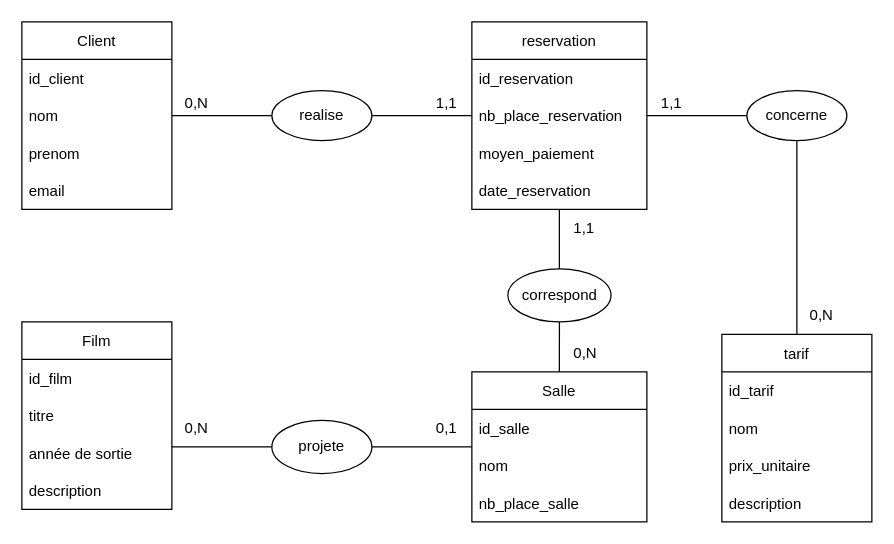
Above: BaseDeDonnee/MCD/MCD KUT-Cinema.drawio in Arviik/KUT-Cinema (draw.io), before the change. Source tidied: cells renumbered, new cells numbered last; positions are measured from the earlier drawing's top-left corner, leaving out a move shared by most shapes. Both pictures are drawn from the tidied source at 125%, with x=0, y=0 at pixel (21, 21).
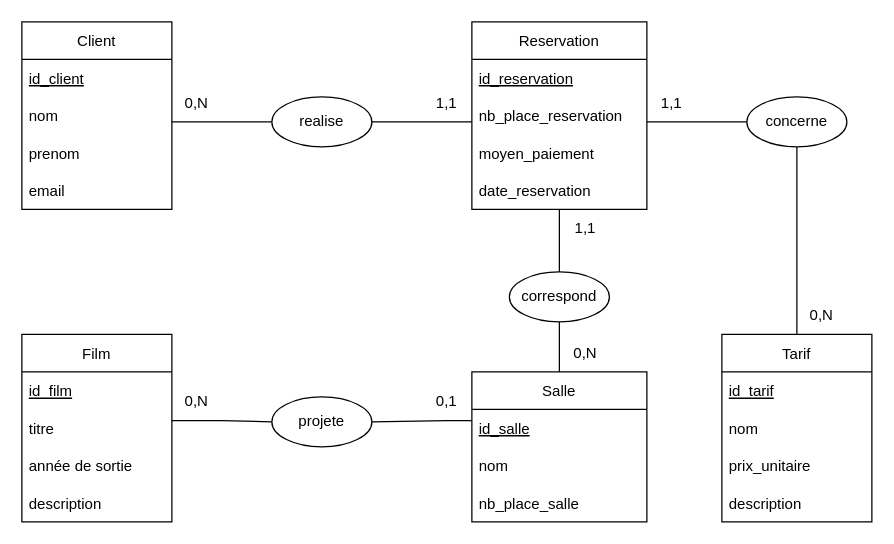
After the change.

Commit message (it also covers changes not shown here):
Modif du MCD

Unchanged cells that the change refers to:
```xml
<mxCell id="3" value="Client" style="swimlane;fontStyle=0;horizontal=1;startSize=30;" parent="1" vertex="1">
  <mxGeometry width="120" height="150" as="geometry" />
</mxCell>
<mxCell id="17" value="Salle" style="swimlane;fontStyle=0;horizontal=1;startSize=30;" parent="1" vertex="1">
  <mxGeometry x="360" y="280" width="140" height="120" as="geometry" />
</mxCell>
<mxCell id="31" value="nb_place_reservation" style="text;strokeColor=none;fillColor=none;align=left;verticalAlign=middle;spacingLeft=4;spacingRight=4;overflow=hidden;points=[[0,0.5],[1,0.5]];portConstraint=eastwest;" parent="29" vertex="1">
  <mxGeometry y="60" width="140" height="30" as="geometry" />
</mxCell>
```

The edit, as a diff of the source:
```diff
@@
     <mxCell id="2" style="edgeStyle=orthogonalEdgeStyle;rounded=0;jettySize=auto;html=1;entryX=0;entryY=0.5;entryDx=0;entryDy=0;endArrow=none;endFill=0;" parent="1" edge="1" source="3" target="8">
-      <mxGeometry relative="1" as="geometry" />
+      <mxGeometry relative="1" as="geometry">
+        <Array as="points">
+          <mxPoint x="140" y="80" />
+          <mxPoint x="140" y="80" />
+        </Array>
+      </mxGeometry>
     </mxCell>
@@
-    <mxCell id="4" value="id_client" style="text;strokeColor=none;fillColor=none;align=left;verticalAlign=middle;spacingLeft=4;spacingRight=4;overflow=hidden;" parent="3" vertex="1">
+    <mxCell id="4" value="id_client" style="text;strokeColor=none;fillColor=none;align=left;verticalAlign=middle;spacingLeft=4;spacingRight=4;overflow=hidden;fontStyle=4;" parent="3" vertex="1">
       <mxGeometry y="30" width="120" height="30" as="geometry" />
     </mxCell>
@@
     <mxCell id="8" value="realise" style="ellipse;whiteSpace=wrap;html=1;" parent="1" vertex="1">
-      <mxGeometry x="200" y="55" width="80" height="40" as="geometry" />
+      <mxGeometry x="200" y="60" width="80" height="40" as="geometry" />
     </mxCell>
@@
-    <mxCell id="10" value="tarif" style="swimlane;fontStyle=0;horizontal=1;startSize=30;" parent="1" vertex="1">
+    <mxCell id="10" value="Tarif" style="swimlane;fontStyle=0;horizontal=1;startSize=30;" parent="1" vertex="1">
       <mxGeometry x="560" y="250" width="120" height="150" as="geometry" />
     </mxCell>
-    <mxCell id="11" value="id_tarif" style="text;strokeColor=none;fillColor=none;align=left;verticalAlign=middle;spacingLeft=4;spacingRight=4;overflow=hidden;" parent="10" vertex="1">
+    <mxCell id="11" value="id_tarif" style="text;strokeColor=none;fillColor=none;align=left;verticalAlign=middle;spacingLeft=4;spacingRight=4;overflow=hidden;fontStyle=4;" parent="10" vertex="1">
       <mxGeometry y="30" width="120" height="30" as="geometry" />
     </mxCell>
@@
     <mxCell id="16" style="edgeStyle=orthogonalEdgeStyle;rounded=0;jettySize=auto;html=1;entryX=1;entryY=0.5;entryDx=0;entryDy=0;endArrow=none;endFill=0;" parent="1" edge="1" source="17" target="34">
-      <mxGeometry relative="1" as="geometry" />
+      <mxGeometry relative="1" as="geometry">
+        <Array as="points">
+          <mxPoint x="340" y="319" />
+          <mxPoint x="340" y="319" />
+        </Array>
+      </mxGeometry>
     </mxCell>
@@
-    <mxCell id="18" value="id_salle" style="text;strokeColor=none;fillColor=none;align=left;verticalAlign=middle;spacingLeft=4;spacingRight=4;overflow=hidden;" parent="17" vertex="1">
+    <mxCell id="18" value="id_salle" style="text;strokeColor=none;fillColor=none;align=left;verticalAlign=middle;spacingLeft=4;spacingRight=4;overflow=hidden;fontStyle=4;" parent="17" vertex="1">
       <mxGeometry y="30" width="140" height="30" as="geometry" />
     </mxCell>
@@
     <mxCell id="21" style="edgeStyle=orthogonalEdgeStyle;rounded=0;jettySize=auto;html=1;entryX=0;entryY=0.5;entryDx=0;entryDy=0;endArrow=none;endFill=0;" parent="1" edge="1" source="22" target="34">
       <mxGeometry relative="1" as="geometry">
         <Array as="points">
-          <mxPoint x="150" y="340" />
-          <mxPoint x="150" y="340" />
+          <mxPoint x="160" y="319" />
+          <mxPoint x="160" y="319" />
         </Array>
       </mxGeometry>
     </mxCell>
     <mxCell id="22" value="Film" style="swimlane;fontStyle=0;horizontal=1;startSize=30;" parent="1" vertex="1">
-      <mxGeometry y="240" width="120" height="150" as="geometry" />
+      <mxGeometry y="250" width="120" height="150" as="geometry" />
     </mxCell>
-    <mxCell id="23" value="id_film" style="text;strokeColor=none;fillColor=none;align=left;verticalAlign=middle;spacingLeft=4;spacingRight=4;overflow=hidden;" parent="22" vertex="1">
+    <mxCell id="23" value="id_film" style="text;strokeColor=none;fillColor=none;align=left;verticalAlign=middle;spacingLeft=4;spacingRight=4;overflow=hidden;fontStyle=4;" parent="22" vertex="1">
       <mxGeometry y="30" width="120" height="30" as="geometry" />
     </mxCell>
@@
     <mxCell id="27" style="edgeStyle=orthogonalEdgeStyle;rounded=0;jettySize=auto;html=1;endArrow=none;endFill=0;entryX=0;entryY=0.5;entryDx=0;entryDy=0;" parent="1" edge="1" source="29" target="35">
-      <mxGeometry relative="1" as="geometry" />
+      <mxGeometry relative="1" as="geometry">
+        <Array as="points">
+          <mxPoint x="580" y="80" />
+        </Array>
+      </mxGeometry>
     </mxCell>
@@
-    <mxCell id="29" value="reservation" style="swimlane;fontStyle=0;horizontal=1;startSize=30;" parent="1" vertex="1">
+    <mxCell id="29" value="Reservation" style="swimlane;fontStyle=0;horizontal=1;startSize=30;" parent="1" vertex="1">
       <mxGeometry x="360" width="140" height="150" as="geometry" />
     </mxCell>
-    <mxCell id="30" value="id_reservation" style="text;strokeColor=none;fillColor=none;align=left;verticalAlign=middle;spacingLeft=4;spacingRight=4;overflow=hidden;" parent="29" vertex="1">
+    <mxCell id="30" value="id_reservation" style="text;strokeColor=none;fillColor=none;align=left;verticalAlign=middle;spacingLeft=4;spacingRight=4;overflow=hidden;fontStyle=4;" parent="29" vertex="1">
       <mxGeometry y="30" width="140" height="30" as="geometry" />
     </mxCell>
@@
     <mxCell id="34" value="projete" style="ellipse;whiteSpace=wrap;html=1;" parent="1" vertex="1">
-      <mxGeometry x="200" y="318.8" width="80" height="42.5" as="geometry" />
+      <mxGeometry x="200" y="300" width="80" height="40" as="geometry" />
     </mxCell>
     <mxCell id="35" value="concerne" style="ellipse;whiteSpace=wrap;html=1;" parent="1" vertex="1">
-      <mxGeometry x="580" y="55" width="80" height="40" as="geometry" />
+      <mxGeometry x="580" y="60" width="80" height="40" as="geometry" />
     </mxCell>
     <mxCell id="36" value="correspond" style="ellipse;whiteSpace=wrap;html=1;" parent="1" vertex="1">
-      <mxGeometry x="388.8" y="197.5" width="82.5" height="42.5" as="geometry" />
+      <mxGeometry x="390" y="200" width="80" height="40" as="geometry" />
     </mxCell>
     <mxCell id="37" style="edgeStyle=orthogonalEdgeStyle;rounded=0;jettySize=auto;html=1;entryX=1;entryY=0.5;entryDx=0;entryDy=0;endArrow=none;endFill=0;" parent="1" edge="1" source="31" target="8">
-      <mxGeometry relative="1" as="geometry" />
+      <mxGeometry relative="1" as="geometry">
+        <Array as="points">
+          <mxPoint x="340" y="80" />
+          <mxPoint x="340" y="80" />
+        </Array>
+      </mxGeometry>
     </mxCell>
     <mxCell id="38" value="0,N" style="text;html=1;strokeColor=none;fillColor=none;align=center;verticalAlign=middle;whiteSpace=wrap;rounded=0;" parent="1" vertex="1">
-      <mxGeometry x="120" y="310" width="40" height="30" as="geometry" />
+      <mxGeometry x="120" y="288.8" width="40" height="30" as="geometry" />
     </mxCell>
     <mxCell id="39" value="0,1" style="text;html=1;strokeColor=none;fillColor=none;align=center;verticalAlign=middle;whiteSpace=wrap;rounded=0;" parent="1" vertex="1">
-      <mxGeometry x="320" y="310" width="40" height="30" as="geometry" />
+      <mxGeometry x="320" y="288.8" width="40" height="30" as="geometry" />
     </mxCell>
@@
     <mxCell id="41" value="1,1" style="text;html=1;strokeColor=none;fillColor=none;align=center;verticalAlign=middle;whiteSpace=wrap;rounded=0;" parent="1" vertex="1">
-      <mxGeometry x="430" y="150" width="40" height="30" as="geometry" />
+      <mxGeometry x="431.2" y="150" width="40" height="30" as="geometry" />
     </mxCell>
```
